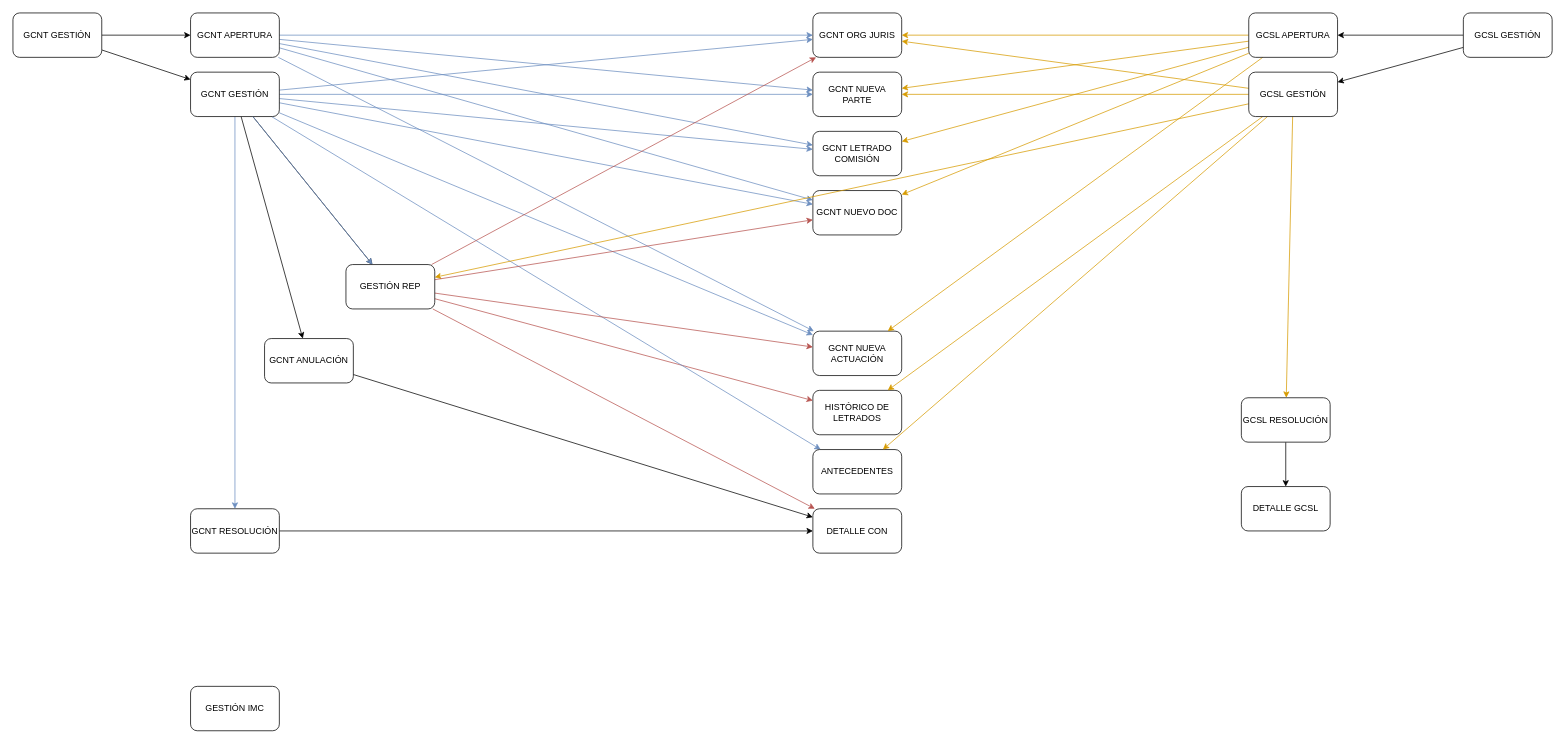
rlop666/diagramas keeps this draw.io diagram as mierdas.drawio. Above is the earlier version. Source tidied: cells renumbered, new cells numbered last; positions are measured from the earlier drawing's top-left corner, leaving out a move shared by most shapes. Both pictures are drawn from the tidied source at 74%, with x=0, y=0 at pixel (13, 13).
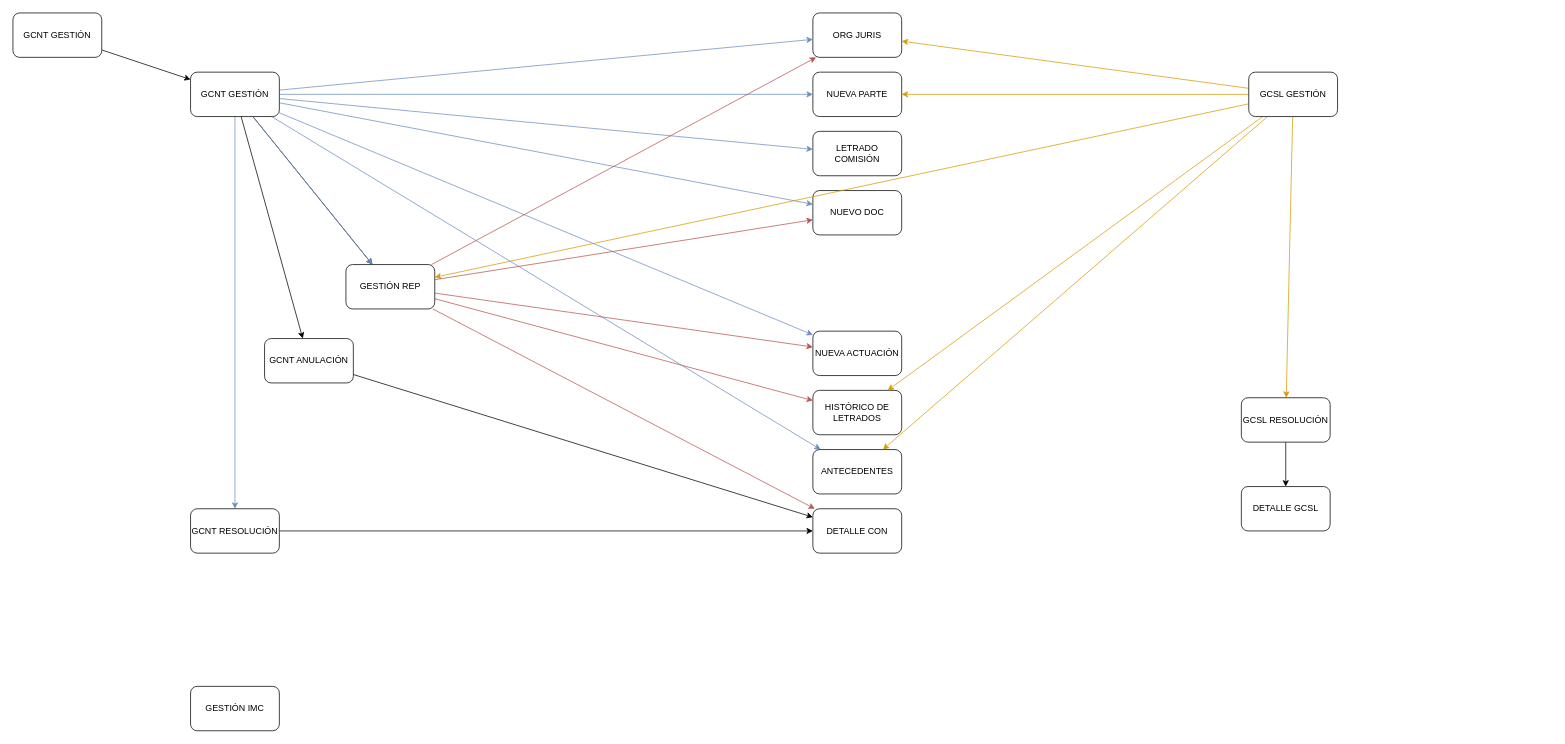
After the change.

Unchanged cells that the change refers to:
```xml
<mxCell id="5" value="GCNT GESTIÓN" style="rounded=1;whiteSpace=wrap;html=1;" parent="1" vertex="1">
  <mxGeometry width="120" height="60" as="geometry" />
</mxCell>
<mxCell id="47" value="GCSL GESTIÓN" style="rounded=1;whiteSpace=wrap;html=1;" parent="1" vertex="1">
  <mxGeometry x="1670" y="80" width="120" height="60" as="geometry" />
</mxCell>
```

The edit, as a diff of the source:
```diff
@@
-    <mxCell id="2" style="rounded=0;jettySize=auto;html=1;" parent="1" edge="1" source="5" target="11">
-      <mxGeometry relative="1" as="geometry" />
-    </mxCell>
@@
-    <mxCell id="6" style="rounded=0;jettySize=auto;html=1;fillColor=#dae8fc;strokeColor=#6c8ebf;" parent="1" edge="1" source="11" target="13">
-      <mxGeometry relative="1" as="geometry" />
-    </mxCell>
-    <mxCell id="7" style="rounded=0;jettySize=auto;html=1;fillColor=#dae8fc;strokeColor=#6c8ebf;" parent="1" edge="1" source="11" target="12">
-      <mxGeometry relative="1" as="geometry" />
-    </mxCell>
-    <mxCell id="8" style="rounded=0;jettySize=auto;html=1;fillColor=#dae8fc;strokeColor=#6c8ebf;" parent="1" edge="1" source="11" target="14">
-      <mxGeometry relative="1" as="geometry" />
-    </mxCell>
-    <mxCell id="9" style="rounded=0;jettySize=auto;html=1;fillColor=#dae8fc;strokeColor=#6c8ebf;" parent="1" edge="1" source="11" target="15">
-      <mxGeometry relative="1" as="geometry" />
-    </mxCell>
-    <mxCell id="10" style="rounded=0;jettySize=auto;html=1;fillColor=#dae8fc;strokeColor=#6c8ebf;" parent="1" edge="1" source="11" target="16">
-      <mxGeometry relative="1" as="geometry" />
-    </mxCell>
-    <mxCell id="11" value="GCNT APERTURA" style="rounded=1;whiteSpace=wrap;html=1;" parent="1" vertex="1">
-      <mxGeometry x="240" width="120" height="60" as="geometry" />
-    </mxCell>
-    <mxCell id="12" value="GCNT NUEVA PARTE" style="rounded=1;whiteSpace=wrap;html=1;" parent="1" vertex="1">
+    <mxCell id="12" value="NUEVA PARTE" style="rounded=1;whiteSpace=wrap;html=1;" parent="1" vertex="1">
       <mxGeometry x="1081" y="80" width="120" height="60" as="geometry" />
     </mxCell>
-    <mxCell id="13" value="GCNT ORG JURIS" style="rounded=1;whiteSpace=wrap;html=1;" parent="1" vertex="1">
+    <mxCell id="13" value="ORG JURIS" style="rounded=1;whiteSpace=wrap;html=1;" parent="1" vertex="1">
       <mxGeometry x="1081" width="120" height="60" as="geometry" />
     </mxCell>
-    <mxCell id="14" value="GCNT LETRADO COMISIÓN" style="rounded=1;whiteSpace=wrap;html=1;" parent="1" vertex="1">
+    <mxCell id="14" value="LETRADO COMISIÓN" style="rounded=1;whiteSpace=wrap;html=1;" parent="1" vertex="1">
       <mxGeometry x="1081" y="160" width="120" height="60" as="geometry" />
     </mxCell>
-    <mxCell id="15" value="GCNT NUEVO DOC" style="rounded=1;whiteSpace=wrap;html=1;" parent="1" vertex="1">
+    <mxCell id="15" value="NUEVO DOC" style="rounded=1;whiteSpace=wrap;html=1;" parent="1" vertex="1">
       <mxGeometry x="1081" y="240" width="120" height="60" as="geometry" />
     </mxCell>
-    <mxCell id="16" value="GCNT NUEVA ACTUACIÓN" style="rounded=1;whiteSpace=wrap;html=1;" parent="1" vertex="1">
+    <mxCell id="16" value="NUEVA ACTUACIÓN" style="rounded=1;whiteSpace=wrap;html=1;" parent="1" vertex="1">
       <mxGeometry x="1081" y="430" width="120" height="60" as="geometry" />
     </mxCell>
@@
-    <mxCell id="32" style="rounded=0;jettySize=auto;html=1;fillColor=#ffe6cc;strokeColor=#d79b00;" parent="1" edge="1" source="37" target="13">
-      <mxGeometry relative="1" as="geometry" />
-    </mxCell>
-    <mxCell id="33" style="rounded=0;jettySize=auto;html=1;fillColor=#ffe6cc;strokeColor=#d79b00;" parent="1" edge="1" source="37" target="12">
-      <mxGeometry relative="1" as="geometry" />
-    </mxCell>
-    <mxCell id="34" style="rounded=0;jettySize=auto;html=1;fillColor=#ffe6cc;strokeColor=#d79b00;" parent="1" edge="1" source="37" target="14">
-      <mxGeometry relative="1" as="geometry" />
-    </mxCell>
-    <mxCell id="35" style="rounded=0;jettySize=auto;html=1;fillColor=#ffe6cc;strokeColor=#d79b00;" parent="1" edge="1" source="37" target="15">
-      <mxGeometry relative="1" as="geometry" />
-    </mxCell>
-    <mxCell id="36" style="rounded=0;jettySize=auto;html=1;fillColor=#ffe6cc;strokeColor=#d79b00;" parent="1" edge="1" source="37" target="16">
-      <mxGeometry relative="1" as="geometry" />
-    </mxCell>
-    <mxCell id="37" value="GCSL APERTURA" style="rounded=1;whiteSpace=wrap;html=1;" parent="1" vertex="1">
-      <mxGeometry x="1670" width="120" height="60" as="geometry" />
-    </mxCell>
-    <mxCell id="38" style="rounded=0;jettySize=auto;html=1;" parent="1" edge="1" source="41" target="47">
-      <mxGeometry relative="1" as="geometry" />
-    </mxCell>
-    <mxCell id="39" style="rounded=0;jettySize=auto;html=1;" parent="1" edge="1" source="41" target="37">
-      <mxGeometry relative="1" as="geometry" />
-    </mxCell>
@@
-    <mxCell id="41" value="GCSL GESTIÓN" style="rounded=1;whiteSpace=wrap;html=1;" parent="1" vertex="1">
-      <mxGeometry x="1960" width="120" height="60" as="geometry" />
-    </mxCell>
```
